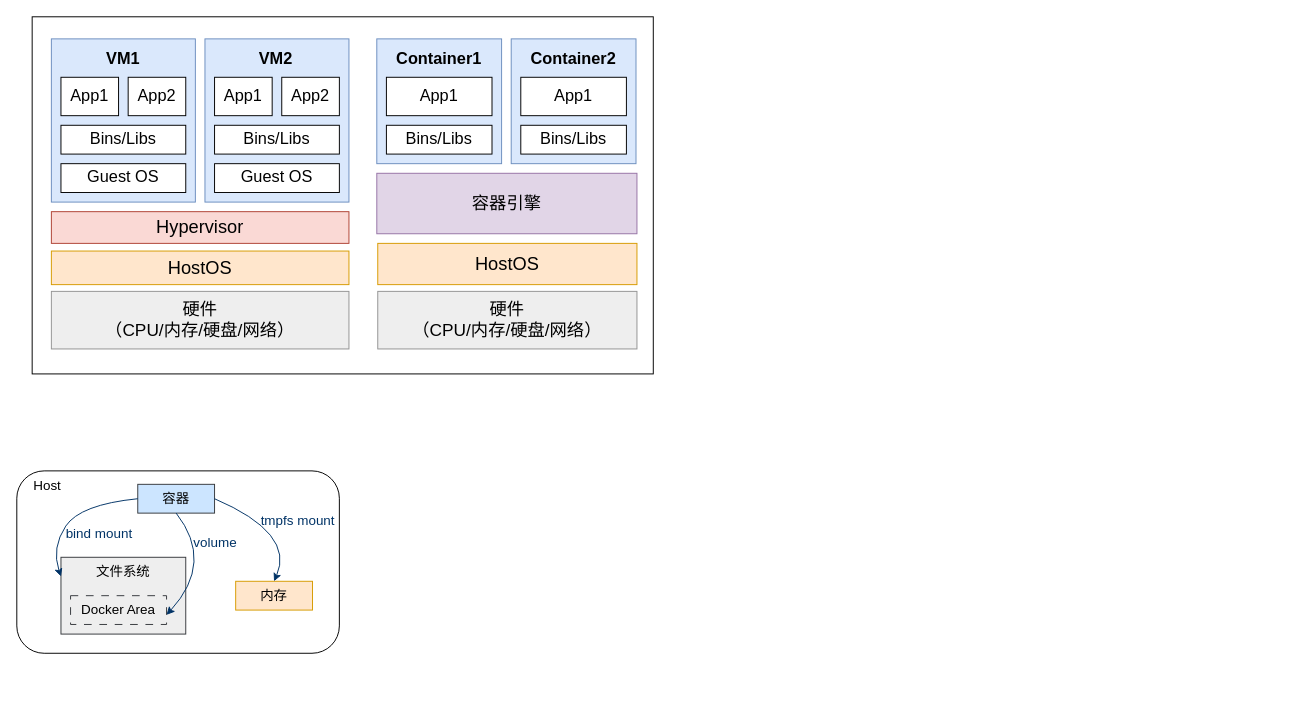
TouyamaRie/My_pictures keeps this draw.io diagram as 虚拟化_容器.drawio. Above is the earlier version. Source tidied: cells renumbered, new cells numbered last; positions are measured from the earlier drawing's top-left corner, leaving out a move shared by most shapes. Both pictures are drawn from the tidied source at 96%, with x=0, y=0 at pixel (16, 16).
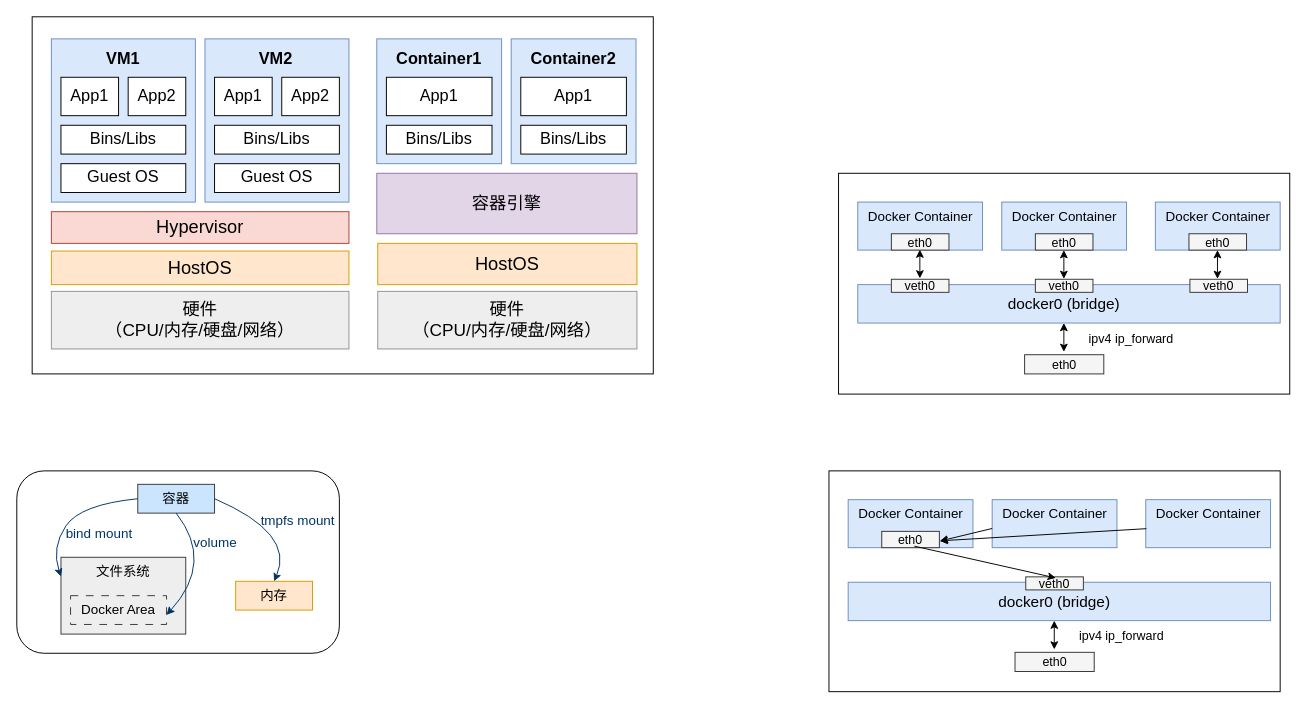
The same diagram, later.

Commit message:
更新虚拟化_容器.drawio

Change to the diagram source:
```diff
@@
+    <mxCell id="42" style="rounded=0;whiteSpace=wrap;html=1;" parent="1" vertex="1">
+      <mxGeometry x="856" y="163" width="470" height="230" as="geometry" />
+    </mxCell>
@@
-    <mxCell id="3" value="&lt;font&gt;Host&lt;/font&gt;" style="text;html=1;align=center;verticalAlign=middle;whiteSpace=wrap;rounded=0;fontSize=14;" parent="1" vertex="1">
-      <mxGeometry y="473" width="64" height="30" as="geometry" />
-    </mxCell>
@@
+    <mxCell id="43" style="group;" parent="1" vertex="1">
+      <mxGeometry x="876" y="193" width="130" height="50" as="geometry" />
+    </mxCell>
+    <mxCell id="44" style="rounded=0;whiteSpace=wrap;html=1;fillColor=#dae8fc;strokeColor=#6c8ebf;" parent="43" vertex="1">
+      <mxGeometry width="130" height="50" as="geometry" />
+    </mxCell>
+    <mxCell id="3" value="&lt;font&gt;Docker Container&lt;/font&gt;" style="text;html=1;align=center;verticalAlign=middle;whiteSpace=wrap;rounded=0;fontSize=14;" parent="43" vertex="1">
+      <mxGeometry x="2.5" width="125" height="30" as="geometry" />
+    </mxCell>
+    <mxCell id="45" value="&lt;font style=&quot;color: light-dark(rgb(0, 0, 0), rgb(0, 0, 0));&quot;&gt;eth0&lt;/font&gt;" style="rounded=0;whiteSpace=wrap;html=1;fontSize=13;fillColor=#f5f5f5;fontColor=#333333;strokeColor=light-dark(#333333,#000000);" parent="43" vertex="1">
+      <mxGeometry x="35" y="33" width="60" height="17" as="geometry" />
+    </mxCell>
+    <mxCell id="46" style="group;" parent="1" vertex="1">
+      <mxGeometry x="1026" y="193" width="130" height="50" as="geometry" />
+    </mxCell>
+    <mxCell id="47" style="rounded=0;whiteSpace=wrap;html=1;fillColor=#dae8fc;strokeColor=#6c8ebf;" parent="46" vertex="1">
+      <mxGeometry width="130" height="50" as="geometry" />
+    </mxCell>
+    <mxCell id="48" value="&lt;font&gt;Docker Container&lt;/font&gt;" style="text;html=1;align=center;verticalAlign=middle;whiteSpace=wrap;rounded=0;fontSize=14;" parent="46" vertex="1">
+      <mxGeometry x="2.5" width="125" height="30" as="geometry" />
+    </mxCell>
+    <mxCell id="49" value="&lt;font style=&quot;color: light-dark(rgb(0, 0, 0), rgb(0, 0, 0));&quot;&gt;eth0&lt;/font&gt;" style="rounded=0;whiteSpace=wrap;html=1;fontSize=13;fillColor=#f5f5f5;fontColor=#333333;strokeColor=light-dark(#333333,#000000);" parent="46" vertex="1">
+      <mxGeometry x="35" y="33" width="60" height="17" as="geometry" />
+    </mxCell>
+    <mxCell id="50" style="group;" parent="1" vertex="1">
+      <mxGeometry x="1186" y="193" width="130" height="50" as="geometry" />
+    </mxCell>
+    <mxCell id="51" style="rounded=0;whiteSpace=wrap;html=1;fillColor=#dae8fc;strokeColor=#6c8ebf;" parent="50" vertex="1">
+      <mxGeometry width="130" height="50" as="geometry" />
+    </mxCell>
+    <mxCell id="52" value="&lt;font&gt;Docker Container&lt;/font&gt;" style="text;html=1;align=center;verticalAlign=middle;whiteSpace=wrap;rounded=0;fontSize=14;" parent="50" vertex="1">
+      <mxGeometry x="2.5" width="125" height="30" as="geometry" />
+    </mxCell>
+    <mxCell id="53" value="&lt;font style=&quot;color: light-dark(rgb(0, 0, 0), rgb(0, 0, 0));&quot;&gt;eth0&lt;/font&gt;" style="rounded=0;whiteSpace=wrap;html=1;fontSize=13;fillColor=#f5f5f5;fontColor=#333333;strokeColor=light-dark(#333333,#000000);" parent="50" vertex="1">
+      <mxGeometry x="35" y="33" width="60" height="17" as="geometry" />
+    </mxCell>
+    <mxCell id="54" style="group;" parent="1" vertex="1">
+      <mxGeometry x="876" y="279" width="440" height="40" as="geometry" />
+    </mxCell>
+    <mxCell id="55" style="rounded=0;whiteSpace=wrap;html=1;fillColor=#dae8fc;strokeColor=#6c8ebf;" parent="54" vertex="1">
+      <mxGeometry width="440" height="40" as="geometry" />
+    </mxCell>
+    <mxCell id="56" value="&lt;font style=&quot;font-size: 16px;&quot;&gt;docker0 (bridge)&lt;/font&gt;" style="text;html=1;align=center;verticalAlign=middle;whiteSpace=wrap;rounded=0;fontSize=14;" parent="54" vertex="1">
+      <mxGeometry x="8.3" y="8" width="413.5" height="24" as="geometry" />
+    </mxCell>
+    <mxCell id="57" value="&lt;font style=&quot;color: light-dark(rgb(0, 0, 0), rgb(0, 0, 0));&quot;&gt;veth0&lt;/font&gt;" style="rounded=0;whiteSpace=wrap;html=1;fontSize=13;fillColor=#f5f5f5;fontColor=#333333;strokeColor=light-dark(#333333,#000000);" parent="54" vertex="1">
+      <mxGeometry x="35" y="-5.6" width="60" height="13.6" as="geometry" />
+    </mxCell>
+    <mxCell id="58" value="&lt;font style=&quot;color: light-dark(rgb(0, 0, 0), rgb(0, 0, 0));&quot;&gt;veth0&lt;/font&gt;" style="rounded=0;whiteSpace=wrap;html=1;fontSize=13;fillColor=#f5f5f5;fontColor=#333333;strokeColor=light-dark(#333333,#000000);" parent="54" vertex="1">
+      <mxGeometry x="346" y="-5.6" width="60" height="13.6" as="geometry" />
+    </mxCell>
+    <mxCell id="59" value="&lt;font style=&quot;color: light-dark(rgb(0, 0, 0), rgb(0, 0, 0));&quot;&gt;eth0&lt;/font&gt;" style="rounded=0;whiteSpace=wrap;html=1;fontSize=13;fillColor=#f5f5f5;fontColor=#333333;strokeColor=light-dark(#333333,#000000);" parent="1" vertex="1">
+      <mxGeometry x="1049.8" y="352" width="82.5" height="20" as="geometry" />
+    </mxCell>
+    <mxCell id="60" style="endArrow=classic;startArrow=classic;html=1;rounded=0;startFill=1;" parent="1" edge="1">
+      <mxGeometry relative="1" as="geometry">
+        <mxPoint x="1090.7" y="349" as="sourcePoint" />
+        <mxPoint x="1090.7" y="319" as="targetPoint" />
+      </mxGeometry>
+    </mxCell>
+    <mxCell id="61" style="endArrow=classic;startArrow=classic;html=1;rounded=0;startFill=1;" parent="1" edge="1">
+      <mxGeometry relative="1" as="geometry">
+        <mxPoint x="940.7" y="272.5" as="sourcePoint" />
+        <mxPoint x="940.7" y="242.5" as="targetPoint" />
+      </mxGeometry>
+    </mxCell>
+    <mxCell id="62" style="endArrow=classic;startArrow=classic;html=1;rounded=0;startFill=1;" parent="1" edge="1">
+      <mxGeometry relative="1" as="geometry">
+        <mxPoint x="1090.7" y="273" as="sourcePoint" />
+        <mxPoint x="1090.7" y="243" as="targetPoint" />
+      </mxGeometry>
+    </mxCell>
+    <mxCell id="63" value="&lt;font style=&quot;color: light-dark(rgb(0, 0, 0), rgb(0, 0, 0));&quot;&gt;veth0&lt;/font&gt;" style="rounded=0;whiteSpace=wrap;html=1;fontSize=13;fillColor=#f5f5f5;fontColor=#333333;strokeColor=light-dark(#333333,#000000);" parent="1" vertex="1">
+      <mxGeometry x="1061" y="273.4" width="60" height="13.6" as="geometry" />
+    </mxCell>
+    <mxCell id="64" style="endArrow=classic;startArrow=classic;html=1;rounded=0;startFill=1;" parent="1" edge="1">
+      <mxGeometry relative="1" as="geometry">
+        <mxPoint x="1250.7" y="273" as="sourcePoint" />
+        <mxPoint x="1250.7" y="243" as="targetPoint" />
+      </mxGeometry>
+    </mxCell>
+    <mxCell id="65" value="&lt;font style=&quot;font-size: 13px;&quot;&gt;ipv4 ip_forward&lt;/font&gt;" style="text;html=1;align=center;verticalAlign=middle;whiteSpace=wrap;rounded=0;fontSize=12;" parent="1" vertex="1">
+      <mxGeometry x="1106" y="323" width="110" height="24" as="geometry" />
+    </mxCell>
+    <mxCell id="66" style="rounded=0;whiteSpace=wrap;html=1;" parent="1" vertex="1">
+      <mxGeometry x="846" y="473" width="470" height="230" as="geometry" />
+    </mxCell>
+    <mxCell id="67" style="group;" parent="1" vertex="1">
+      <mxGeometry x="866" y="503" width="130" height="50" as="geometry" />
+    </mxCell>
+    <mxCell id="68" style="rounded=0;whiteSpace=wrap;html=1;fillColor=#dae8fc;strokeColor=#6c8ebf;" parent="67" vertex="1">
+      <mxGeometry width="130" height="50" as="geometry" />
+    </mxCell>
+    <mxCell id="69" value="&lt;font&gt;Docker Container&lt;/font&gt;" style="text;html=1;align=center;verticalAlign=middle;whiteSpace=wrap;rounded=0;fontSize=14;" parent="67" vertex="1">
+      <mxGeometry x="2.5" width="125" height="30" as="geometry" />
+    </mxCell>
+    <mxCell id="70" value="&lt;font style=&quot;color: light-dark(rgb(0, 0, 0), rgb(0, 0, 0));&quot;&gt;eth0&lt;/font&gt;" style="rounded=0;whiteSpace=wrap;html=1;fontSize=13;fillColor=#f5f5f5;fontColor=#333333;strokeColor=light-dark(#333333,#000000);" parent="67" vertex="1">
+      <mxGeometry x="35" y="33" width="60" height="17" as="geometry" />
+    </mxCell>
+    <mxCell id="71" style="group;" parent="1" vertex="1">
+      <mxGeometry x="1016" y="503" width="130" height="50" as="geometry" />
+    </mxCell>
+    <mxCell id="72" style="rounded=0;whiteSpace=wrap;html=1;fillColor=#dae8fc;strokeColor=#6c8ebf;" parent="71" vertex="1">
+      <mxGeometry width="130" height="50" as="geometry" />
+    </mxCell>
+    <mxCell id="73" value="&lt;font&gt;Docker Container&lt;/font&gt;" style="text;html=1;align=center;verticalAlign=middle;whiteSpace=wrap;rounded=0;fontSize=14;" parent="71" vertex="1">
+      <mxGeometry x="2.5" width="125" height="30" as="geometry" />
+    </mxCell>
+    <mxCell id="74" style="group;" parent="1" vertex="1">
+      <mxGeometry x="1176" y="503" width="130" height="50" as="geometry" />
+    </mxCell>
+    <mxCell id="75" style="rounded=0;whiteSpace=wrap;html=1;fillColor=#dae8fc;strokeColor=#6c8ebf;" parent="74" vertex="1">
+      <mxGeometry width="130" height="50" as="geometry" />
+    </mxCell>
+    <mxCell id="76" value="&lt;font&gt;Docker Container&lt;/font&gt;" style="text;html=1;align=center;verticalAlign=middle;whiteSpace=wrap;rounded=0;fontSize=14;" parent="74" vertex="1">
+      <mxGeometry x="2.5" width="125" height="30" as="geometry" />
+    </mxCell>
+    <mxCell id="77" style="group;" parent="1" vertex="1">
+      <mxGeometry x="866" y="589" width="440" height="40" as="geometry" />
+    </mxCell>
+    <mxCell id="78" style="rounded=0;whiteSpace=wrap;html=1;fillColor=#dae8fc;strokeColor=#6c8ebf;" parent="77" vertex="1">
+      <mxGeometry width="440" height="40" as="geometry" />
+    </mxCell>
+    <mxCell id="79" value="&lt;font style=&quot;font-size: 16px;&quot;&gt;docker0 (bridge)&lt;/font&gt;" style="text;html=1;align=center;verticalAlign=middle;whiteSpace=wrap;rounded=0;fontSize=14;" parent="77" vertex="1">
+      <mxGeometry x="8.3" y="8" width="413.5" height="24" as="geometry" />
+    </mxCell>
+    <mxCell id="80" value="&lt;font style=&quot;color: light-dark(rgb(0, 0, 0), rgb(0, 0, 0));&quot;&gt;eth0&lt;/font&gt;" style="rounded=0;whiteSpace=wrap;html=1;fontSize=13;fillColor=#f5f5f5;fontColor=#333333;strokeColor=light-dark(#333333,#000000);" parent="1" vertex="1">
+      <mxGeometry x="1039.8" y="662" width="82.5" height="20" as="geometry" />
+    </mxCell>
+    <mxCell id="81" style="endArrow=classic;startArrow=classic;html=1;rounded=0;startFill=1;" parent="1" edge="1">
+      <mxGeometry relative="1" as="geometry">
+        <mxPoint x="1080.7" y="659" as="sourcePoint" />
+        <mxPoint x="1080.7" y="629" as="targetPoint" />
+      </mxGeometry>
+    </mxCell>
+    <mxCell id="82" value="&lt;font style=&quot;color: light-dark(rgb(0, 0, 0), rgb(0, 0, 0));&quot;&gt;veth0&lt;/font&gt;" style="rounded=0;whiteSpace=wrap;html=1;fontSize=13;fillColor=#f5f5f5;fontColor=#333333;strokeColor=light-dark(#333333,#000000);" parent="1" vertex="1">
+      <mxGeometry x="1051" y="583.4" width="60" height="13.6" as="geometry" />
+    </mxCell>
+    <mxCell id="83" value="&lt;font style=&quot;font-size: 13px;&quot;&gt;ipv4 ip_forward&lt;/font&gt;" style="text;html=1;align=center;verticalAlign=middle;whiteSpace=wrap;rounded=0;fontSize=12;" parent="1" vertex="1">
+      <mxGeometry x="1096" y="633" width="110" height="24" as="geometry" />
+    </mxCell>
+    <mxCell id="84" style="endArrow=classic;html=1;rounded=0;entryX=1.008;entryY=0.596;entryDx=0;entryDy=0;entryPerimeter=0;" parent="1" edge="1" target="70">
+      <mxGeometry relative="1" as="geometry">
+        <mxPoint x="1016" y="533" as="sourcePoint" />
+      </mxGeometry>
+    </mxCell>
+    <mxCell id="85" style="endArrow=classic;html=1;rounded=0;exitX=0.005;exitY=0.604;exitDx=0;exitDy=0;exitPerimeter=0;entryX=1.007;entryY=0.58;entryDx=0;entryDy=0;entryPerimeter=0;" parent="1" edge="1" source="75" target="70">
+      <mxGeometry relative="1" as="geometry" />
+    </mxCell>
+    <mxCell id="86" style="endArrow=classic;html=1;rounded=0;exitX=0.566;exitY=0.907;exitDx=0;exitDy=0;exitPerimeter=0;entryX=0.521;entryY=0.082;entryDx=0;entryDy=0;entryPerimeter=0;" parent="1" edge="1" source="70" target="82">
+      <mxGeometry relative="1" as="geometry" />
+    </mxCell>
```
